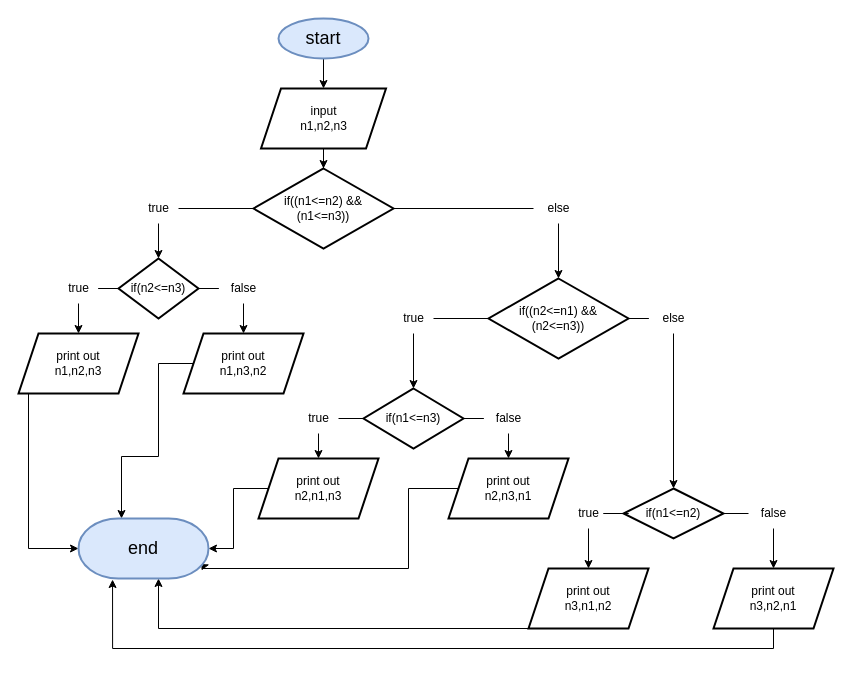
kayigireerneste/profile-assignment keeps this draw.io diagram as Untitled Diagram.drawio. Above is the earlier version. Source tidied: cells renumbered, new cells numbered last; positions are measured from the earlier drawing's top-left corner, leaving out a move shared by most shapes. Both pictures are drawn from the tidied source at 100%, with x=0, y=0 at pixel (18, 18).
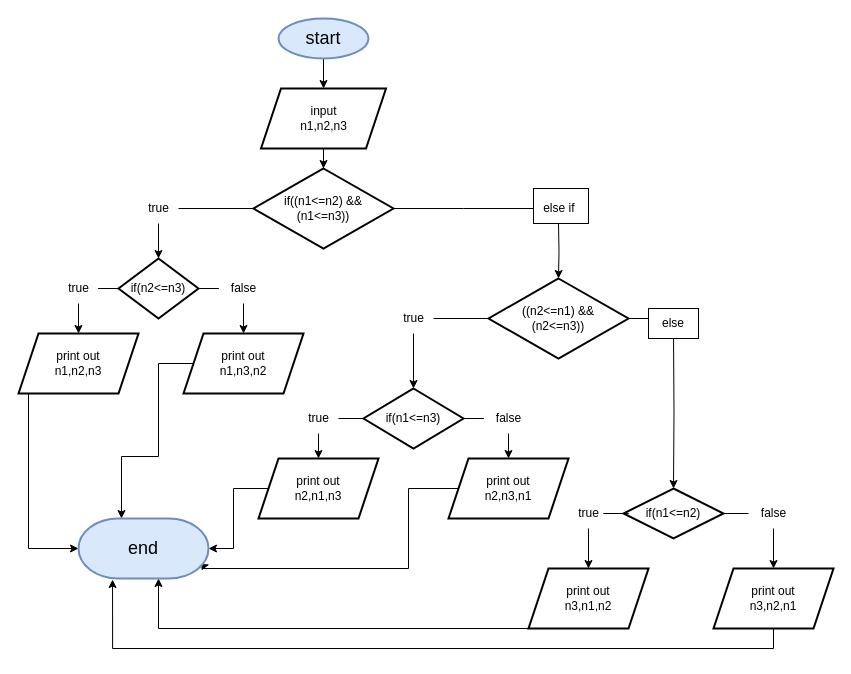
After the change.

Unchanged cells that the change refers to:
```xml
<mxCell id="8" value="if((n1&amp;lt;=n2) &amp;amp;&amp;amp;&lt;br&gt;(n1&amp;lt;=n3))" style="rhombus;whiteSpace=wrap;html=1;strokeWidth=2;" parent="1" vertex="1">
  <mxGeometry x="235" y="150" width="140" height="80" as="geometry" />
</mxCell>
<mxCell id="42" value="if(n1&amp;lt;=n2)" style="rhombus;whiteSpace=wrap;html=1;strokeWidth=2;" parent="1" vertex="1">
  <mxGeometry x="605" y="470" width="100" height="50" as="geometry" />
</mxCell>
```

Diff of the diagram source:
```diff
@@
-    <mxCell id="7" style="edgeStyle=orthogonalEdgeStyle;rounded=0;jettySize=auto;html=1;startArrow=none;" parent="1" edge="1" source="26" target="24">
-      <mxGeometry relative="1" as="geometry" />
+    <mxCell id="7" style="edgeStyle=orthogonalEdgeStyle;rounded=0;jettySize=auto;html=1;startArrow=none;" parent="1" edge="1" target="24">
+      <mxGeometry relative="1" as="geometry">
+        <mxPoint x="540" y="205" as="sourcePoint" />
+      </mxGeometry>
     </mxCell>
@@
-    <mxCell id="23" style="edgeStyle=orthogonalEdgeStyle;rounded=0;jettySize=auto;html=1;startArrow=none;" parent="1" edge="1" source="44" target="42">
-      <mxGeometry relative="1" as="geometry" />
+    <mxCell id="23" style="edgeStyle=orthogonalEdgeStyle;rounded=0;jettySize=auto;html=1;startArrow=none;" parent="1" edge="1" target="42">
+      <mxGeometry relative="1" as="geometry">
+        <mxPoint x="655" y="315" as="sourcePoint" />
+      </mxGeometry>
     </mxCell>
-    <mxCell id="24" value="if((n2&amp;lt;=n1) &amp;amp;&amp;amp;&lt;br style=&quot;border-color: var(--border-color);&quot;&gt;(n2&amp;lt;=n3))" style="rhombus;whiteSpace=wrap;html=1;strokeWidth=2;" parent="1" vertex="1">
+    <mxCell id="24" value="((n2&amp;lt;=n1) &amp;amp;&amp;amp;&lt;br style=&quot;border-color: var(--border-color);&quot;&gt;(n2&amp;lt;=n3))" style="rhombus;whiteSpace=wrap;html=1;strokeWidth=2;" parent="1" vertex="1">
       <mxGeometry x="470" y="260" width="140" height="80" as="geometry" />
     </mxCell>
-    <mxCell id="25" style="edgeStyle=orthogonalEdgeStyle;rounded=0;jettySize=auto;html=1;endArrow=none;" parent="1" edge="1" source="8" target="26">
-      <mxGeometry relative="1" as="geometry" />
+    <mxCell id="25" style="edgeStyle=orthogonalEdgeStyle;rounded=0;jettySize=auto;html=1;endArrow=none;" parent="1" edge="1" source="8">
+      <mxGeometry relative="1" as="geometry">
+        <mxPoint x="515" y="190" as="targetPoint" />
+      </mxGeometry>
     </mxCell>
-    <mxCell id="26" value="else" style="text;html=1;align=center;verticalAlign=middle;points=[];strokeColor=none;fillColor=none;" parent="1" vertex="1">
-      <mxGeometry x="515" y="175" width="50" height="30" as="geometry" />
-    </mxCell>
@@
-    <mxCell id="43" style="edgeStyle=orthogonalEdgeStyle;rounded=0;jettySize=auto;html=1;endArrow=none;" parent="1" edge="1" source="24" target="44">
-      <mxGeometry relative="1" as="geometry" />
+    <mxCell id="43" style="edgeStyle=orthogonalEdgeStyle;rounded=0;jettySize=auto;html=1;endArrow=none;" parent="1" edge="1" source="24">
+      <mxGeometry relative="1" as="geometry">
+        <mxPoint x="630" y="300" as="targetPoint" />
+      </mxGeometry>
     </mxCell>
-    <mxCell id="44" value="else" style="text;html=1;align=center;verticalAlign=middle;points=[];strokeColor=none;fillColor=none;" parent="1" vertex="1">
-      <mxGeometry x="630" y="285" width="50" height="30" as="geometry" />
-    </mxCell>
@@
+    <mxCell id="54" value="&lt;font style=&quot;font-size: 12px;&quot;&gt;else if&amp;nbsp;&lt;/font&gt;" style="whiteSpace=wrap;html=1;fontSize=18;" parent="1" vertex="1">
+      <mxGeometry x="515" y="170" width="55" height="35" as="geometry" />
+    </mxCell>
+    <mxCell id="55" value="else" style="whiteSpace=wrap;html=1;fontSize=12;" parent="1" vertex="1">
+      <mxGeometry x="630" y="290" width="50" height="30" as="geometry" />
+    </mxCell>
```
